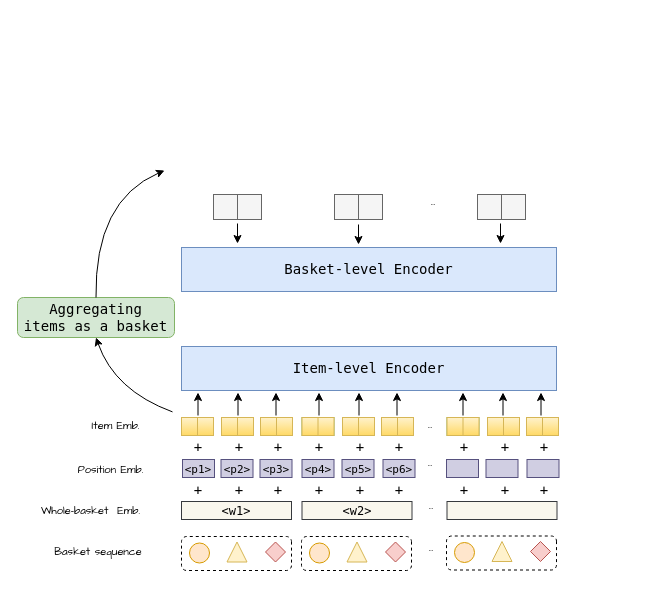
The draw.io diagram architect.drawio in wenqisun/data, before the edit. Source tidied: cells renumbered, new cells numbered last; positions are measured from the earlier drawing's top-left corner, leaving out a move shared by most shapes. Both pictures are drawn from the tidied source at 100%, with x=0, y=0 at pixel (17, 170).
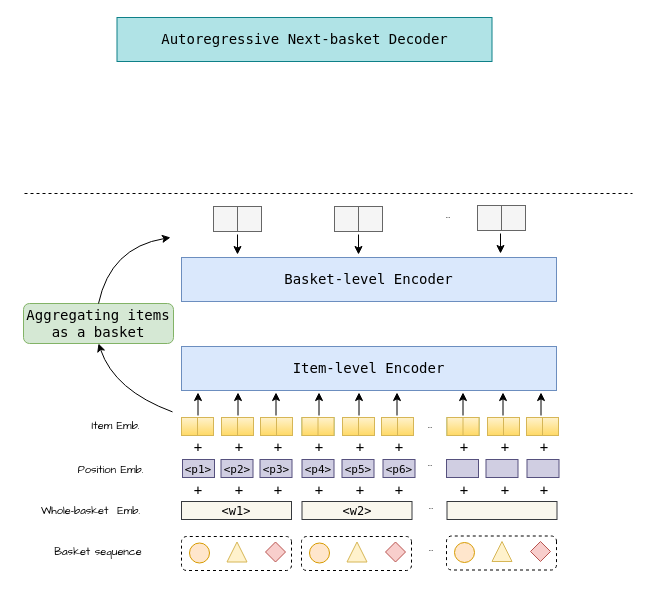
The same diagram, later.

The edit, as a diff of the source:
```diff
@@
-    <mxCell id="2" value="&lt;font face=&quot;Lucida Console&quot;&gt;Aggregating &lt;br&gt;items as a basket&lt;/font&gt;" style="rounded=1;whiteSpace=wrap;html=1;fontSize=14;fillColor=#d5e8d4;strokeColor=#82b366;" parent="1" vertex="1">
-      <mxGeometry y="127" width="157" height="40" as="geometry" />
+    <mxCell id="2" value="&lt;font face=&quot;Lucida Console&quot;&gt;Aggregating items as a basket&lt;/font&gt;" style="rounded=1;whiteSpace=wrap;html=1;fontSize=14;fillColor=#d5e8d4;strokeColor=#82b366;" parent="1" vertex="1">
+      <mxGeometry x="6" y="133" width="150" height="40" as="geometry" />
     </mxCell>
@@
     <mxCell id="5" style="curved=1;endArrow=classic;html=1;rounded=0;fontFamily=Comic Sans MS;fontSize=14;exitX=0.5;exitY=0;exitDx=0;exitDy=0;" parent="1" edge="1" source="2">
       <mxGeometry relative="1" as="geometry">
-        <mxPoint x="147" as="targetPoint" />
+        <mxPoint x="153" y="67" as="targetPoint" />
         <Array as="points">
-          <mxPoint x="77" y="30" />
+          <mxPoint x="93" y="77" />
         </Array>
       </mxGeometry>
     </mxCell>
     <mxCell id="6" value="&lt;p style=&quot;line-height: 0%;&quot;&gt;&lt;font face=&quot;Comic Sans MS&quot;&gt;&lt;span style=&quot;font-size: 11px;&quot;&gt;...&lt;/span&gt;&lt;/font&gt;&lt;/p&gt;" style="text;strokeColor=none;align=center;fillColor=none;html=1;verticalAlign=middle;whiteSpace=wrap;rounded=0;dashed=1;" parent="1" vertex="1">
-      <mxGeometry x="401" y="16" width="30" height="30" as="geometry" />
+      <mxGeometry x="416" y="29" width="30" height="30" as="geometry" />
     </mxCell>
@@
     <mxCell id="85" style="endArrow=classic;html=1;rounded=0;fontFamily=Comic Sans MS;fontSize=11;" parent="1" edge="1">
       <mxGeometry relative="1" as="geometry">
-        <mxPoint x="220" y="53" as="sourcePoint" />
-        <mxPoint x="220" y="73" as="targetPoint" />
+        <mxPoint x="220" y="64" as="sourcePoint" />
+        <mxPoint x="220" y="84" as="targetPoint" />
       </mxGeometry>
     </mxCell>
     <mxCell id="86" style="endArrow=classic;html=1;rounded=0;fontFamily=Comic Sans MS;fontSize=11;" parent="1" edge="1">
       <mxGeometry relative="1" as="geometry">
-        <mxPoint x="341" y="54" as="sourcePoint" />
-        <mxPoint x="341" y="74" as="targetPoint" />
+        <mxPoint x="341" y="64" as="sourcePoint" />
+        <mxPoint x="341" y="84" as="targetPoint" />
       </mxGeometry>
     </mxCell>
@@
     <mxCell id="95" value="&lt;font face=&quot;Lucida Console&quot; style=&quot;font-size: 14px;&quot;&gt;Basket-level Encoder&lt;/font&gt;" style="rounded=0;whiteSpace=wrap;html=1;fillColor=#dae8fc;strokeColor=#6c8ebf;" parent="1" vertex="1">
-      <mxGeometry x="164" y="77" width="375" height="44" as="geometry" />
+      <mxGeometry x="164" y="87" width="375" height="44" as="geometry" />
     </mxCell>
     <mxCell id="96" style="endArrow=classic;html=1;rounded=0;fontFamily=Comic Sans MS;fontSize=11;" parent="1" edge="1">
       <mxGeometry relative="1" as="geometry">
-        <mxPoint x="483" y="53" as="sourcePoint" />
-        <mxPoint x="483" y="73" as="targetPoint" />
+        <mxPoint x="483" y="63" as="sourcePoint" />
+        <mxPoint x="483" y="83" as="targetPoint" />
       </mxGeometry>
     </mxCell>
     <mxCell id="97" style="group;fillColor=#f5f5f5;strokeColor=#666666;fontColor=#333333;" parent="1" vertex="1">
-      <mxGeometry x="460" y="24" width="48" height="25" as="geometry" />
+      <mxGeometry x="460" y="35" width="48" height="25" as="geometry" />
     </mxCell>
@@
     <mxCell id="100" style="group;fillColor=#f5f5f5;strokeColor=#666666;fontColor=#333333;" parent="1" vertex="1">
-      <mxGeometry x="317" y="24" width="48" height="25" as="geometry" />
+      <mxGeometry x="317" y="36" width="48" height="25" as="geometry" />
     </mxCell>
@@
-    <mxCell id="103" style="group;fillColor=#f5f5f5;strokeColor=#666666;fontColor=#333333;" parent="1" vertex="1">
-      <mxGeometry x="196" y="24" width="48" height="25" as="geometry" />
-    </mxCell>
+    <mxCell id="106" style="endArrow=none;dashed=1;html=1;rounded=0;fontFamily=Lucida Console;fontSize=12;" parent="1" edge="1">
+      <mxGeometry relative="1" as="geometry">
+        <mxPoint x="7" y="23" as="sourcePoint" />
+        <mxPoint x="615" y="23" as="targetPoint" />
+      </mxGeometry>
+    </mxCell>
+    <mxCell id="107" style="group;fillColor=#f5f5f5;strokeColor=#666666;fontColor=#333333;" parent="1" vertex="1">
+      <mxGeometry x="196" y="36" width="48" height="25" as="geometry" />
+    </mxCell>
-    <mxCell id="104" style="rounded=0;whiteSpace=wrap;html=1;fontFamily=Comic Sans MS;fontSize=11;fillColor=#f5f5f5;strokeColor=#666666;fontColor=#333333;" parent="103" vertex="1">
+    <mxCell id="104" style="rounded=0;whiteSpace=wrap;html=1;fontFamily=Comic Sans MS;fontSize=11;fillColor=#f5f5f5;strokeColor=#666666;fontColor=#333333;" parent="107" vertex="1">
       <mxGeometry width="48" height="25" as="geometry" />
     </mxCell>
-    <mxCell id="105" style="endArrow=none;html=1;rounded=0;fontFamily=Comic Sans MS;fontSize=11;entryX=0.5;entryY=0;entryDx=0;entryDy=0;exitX=0.5;exitY=1;exitDx=0;exitDy=0;fillColor=#f5f5f5;strokeColor=#666666;" parent="103" edge="1" source="104" target="104">
+    <mxCell id="105" style="endArrow=none;html=1;rounded=0;fontFamily=Comic Sans MS;fontSize=11;entryX=0.5;entryY=0;entryDx=0;entryDy=0;exitX=0.5;exitY=1;exitDx=0;exitDy=0;fillColor=#f5f5f5;strokeColor=#666666;" parent="107" edge="1" source="104" target="104">
       <mxGeometry relative="1" as="geometry" />
     </mxCell>
+    <mxCell id="108" value="&lt;font face=&quot;Lucida Console&quot; style=&quot;font-size: 14px;&quot;&gt;Autoregressive Next-basket Decoder&lt;/font&gt;" style="rounded=0;whiteSpace=wrap;html=1;fillColor=#b0e3e6;strokeColor=#0e8088;" parent="1" vertex="1">
+      <mxGeometry x="99.5" y="-153" width="375" height="44" as="geometry" />
+    </mxCell>
```
